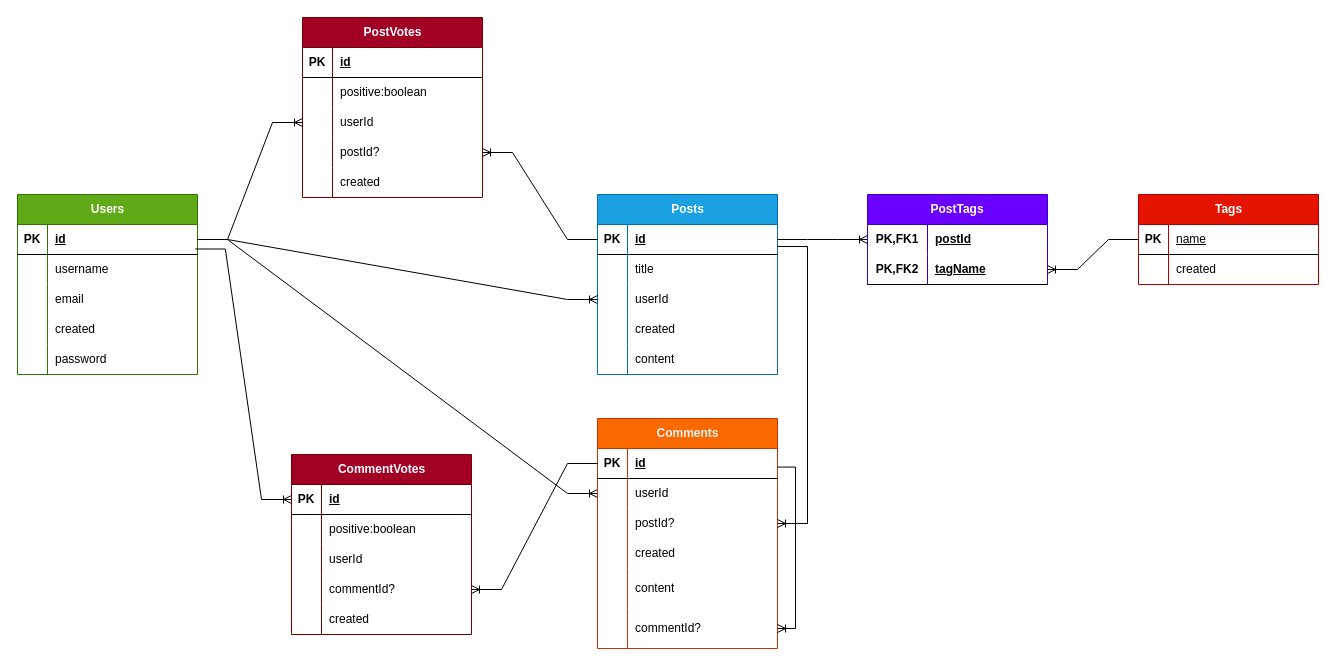
Above: backend/random_blog_rel_table.drawio in tMas9941/random-blog (draw.io), before the change. Source tidied: cells renumbered, new cells numbered last; positions are measured from the earlier drawing's top-left corner, leaving out a move shared by most shapes. Both pictures are drawn from the tidied source at 100%, with x=0, y=0 at pixel (17, 17).
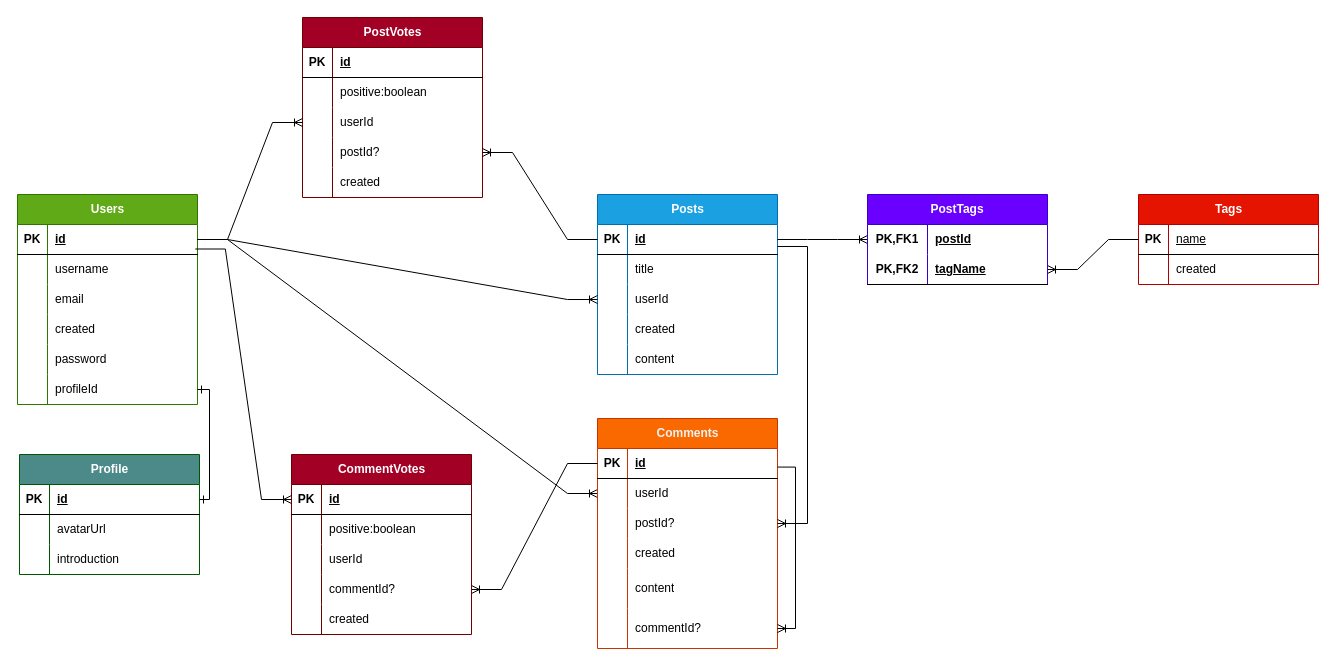
Above is the later version.

The edit, as a diff of the source:
```diff
@@
     <mxCell id="18" value="Users" style="shape=table;startSize=30;childLayout=tableLayout;rowLines=0;fontStyle=1;align=center;html=1;fillColor=#60a917;fontColor=#ffffff;strokeColor=#2D7600;" parent="1" vertex="1">
-      <mxGeometry y="177" width="180" height="180" as="geometry" />
+      <mxGeometry y="177" width="180" height="210" as="geometry" />
     </mxCell>
@@
+    <mxCell id="109" style="shape=tableRow;horizontal=0;startSize=0;swimlaneHead=0;swimlaneBody=0;fillColor=none;points=[[0,0.5],[1,0.5]];portConstraint=eastwest;top=0;left=0;right=0;bottom=0;" parent="18" vertex="1">
+      <mxGeometry y="180" width="180" height="30" as="geometry" />
+    </mxCell>
+    <mxCell id="110" style="shape=partialRectangle;fillColor=none;top=0;left=0;bottom=0;right=0;overflow=hidden;whiteSpace=wrap;html=1;" parent="109" vertex="1">
+      <mxGeometry width="30" height="30" as="geometry" />
+    </mxCell>
+    <mxCell id="111" value="profileId" style="shape=partialRectangle;fillColor=none;top=0;left=0;bottom=0;right=0;align=left;spacingLeft=6;overflow=hidden;whiteSpace=wrap;html=1;" parent="109" vertex="1">
+      <mxGeometry x="30" width="150" height="30" as="geometry" />
+    </mxCell>
@@
+    <mxCell id="112" value="Profile" style="shape=table;startSize=30;childLayout=tableLayout;rowLines=0;fontStyle=1;align=center;html=1;fillColor=#4C8A8A;fontColor=#ffffff;strokeColor=#005700;" parent="1" vertex="1">
+      <mxGeometry x="2" y="437" width="180" height="120" as="geometry" />
+    </mxCell>
+    <mxCell id="113" style="shape=tableRow;horizontal=0;startSize=0;swimlaneHead=0;swimlaneBody=0;fillColor=none;points=[[0,0.5],[1,0.5]];portConstraint=eastwest;top=0;left=0;right=0;bottom=1;" parent="112" vertex="1">
+      <mxGeometry y="30" width="180" height="30" as="geometry" />
+    </mxCell>
+    <mxCell id="114" value="PK" style="shape=partialRectangle;fillColor=none;top=0;left=0;bottom=0;right=0;fontStyle=1;overflow=hidden;whiteSpace=wrap;html=1;" parent="113" vertex="1">
+      <mxGeometry width="30" height="30" as="geometry" />
+    </mxCell>
+    <mxCell id="115" value="id" style="shape=partialRectangle;fillColor=none;top=0;left=0;bottom=0;right=0;align=left;spacingLeft=6;fontStyle=5;overflow=hidden;whiteSpace=wrap;html=1;" parent="113" vertex="1">
+      <mxGeometry x="30" width="150" height="30" as="geometry" />
+    </mxCell>
+    <mxCell id="116" style="shape=tableRow;horizontal=0;startSize=0;swimlaneHead=0;swimlaneBody=0;fillColor=none;top=0;left=0;right=0;bottom=0;" parent="112" vertex="1">
+      <mxGeometry y="60" width="180" height="30" as="geometry" />
+    </mxCell>
+    <mxCell id="117" style="shape=partialRectangle;fillColor=none;top=0;left=0;bottom=0;right=0;overflow=hidden;whiteSpace=wrap;html=1;" parent="116" vertex="1">
+      <mxGeometry width="30" height="30" as="geometry" />
+    </mxCell>
+    <mxCell id="118" value="avatarUrl" style="shape=partialRectangle;fillColor=none;top=0;left=0;bottom=0;right=0;align=left;spacingLeft=6;overflow=hidden;whiteSpace=wrap;html=1;" parent="116" vertex="1">
+      <mxGeometry x="30" width="150" height="30" as="geometry" />
+    </mxCell>
+    <mxCell id="119" style="shape=tableRow;horizontal=0;startSize=0;swimlaneHead=0;swimlaneBody=0;fillColor=none;top=0;left=0;right=0;bottom=0;" parent="112" vertex="1">
+      <mxGeometry y="90" width="180" height="30" as="geometry" />
+    </mxCell>
+    <mxCell id="120" style="shape=partialRectangle;fillColor=none;top=0;left=0;bottom=0;right=0;overflow=hidden;whiteSpace=wrap;html=1;" parent="119" vertex="1">
+      <mxGeometry width="30" height="30" as="geometry" />
+    </mxCell>
+    <mxCell id="121" value="introduction" style="shape=partialRectangle;fillColor=none;top=0;left=0;bottom=0;right=0;align=left;spacingLeft=6;overflow=hidden;whiteSpace=wrap;html=1;" parent="119" vertex="1">
+      <mxGeometry x="30" width="150" height="30" as="geometry" />
+    </mxCell>
+    <mxCell id="122" style="edgeStyle=orthogonalEdgeStyle;fontSize=12;html=1;endArrow=ERone;rounded=0;exitX=1;exitY=0.5;exitDx=0;exitDy=0;entryX=1;entryY=0.5;entryDx=0;entryDy=0;endFill=0;startArrow=ERone;startFill=0;" parent="1" edge="1" source="113" target="109">
+      <mxGeometry relative="1" as="geometry" />
+    </mxCell>
```
